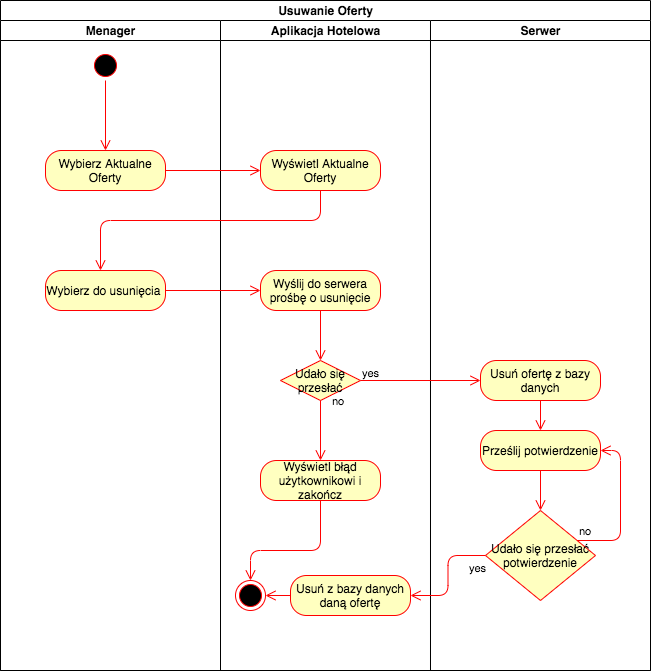
This is Aktywnosc/IO_Aktywności-Usuwanie oferty.png from pw-software-engineering/specification, a draw.io export, as it was before one commit. Source tidied: cells renumbered, new cells last; positions are measured from the earlier drawing's top-left corner, leaving out a move shared by most shapes. The source it was exported from:
```xml
<mxGraphModel>
  <root>
    <mxCell id="0" />
    <mxCell id="1" parent="0" />
    <mxCell id="2" value="Usuwanie Oferty" style="swimlane;html=1;startSize=20;" parent="1" vertex="1">
      <mxGeometry width="650" height="670" as="geometry" />
    </mxCell>
    <mxCell id="3" value="Menager" style="swimlane;html=1;startSize=20;" parent="2" vertex="1">
      <mxGeometry y="20" width="220" height="650" as="geometry" />
    </mxCell>
    <mxCell id="4" style="ellipse;html=1;shape=startState;fillColor=#000000;strokeColor=#ff0000;" parent="3" vertex="1">
      <mxGeometry x="90" y="30" width="30" height="30" as="geometry" />
    </mxCell>
    <mxCell id="5" style="edgeStyle=orthogonalEdgeStyle;html=1;verticalAlign=bottom;endArrow=open;endSize=8;strokeColor=#ff0000;" parent="3" edge="1" source="4" target="6">
      <mxGeometry relative="1" as="geometry" />
    </mxCell>
    <mxCell id="6" value="Wybierz Aktualne Oferty" style="rounded=1;whiteSpace=wrap;html=1;arcSize=40;fontColor=#000000;fillColor=#ffffc0;strokeColor=#ff0000;" parent="3" vertex="1">
      <mxGeometry x="45" y="130" width="120" height="40" as="geometry" />
    </mxCell>
    <mxCell id="7" value="Wybierz do usunięcia&amp;nbsp;" style="rounded=1;whiteSpace=wrap;html=1;arcSize=40;fontColor=#000000;fillColor=#ffffc0;strokeColor=#ff0000;" parent="3" vertex="1">
      <mxGeometry x="45" y="250" width="120" height="40" as="geometry" />
    </mxCell>
    <mxCell id="8" value="Aplikacja Hotelowa" style="swimlane;html=1;startSize=20;" parent="2" vertex="1">
      <mxGeometry x="220" y="20" width="210" height="650" as="geometry" />
    </mxCell>
    <mxCell id="9" value="Wyświetl Aktualne Oferty" style="rounded=1;whiteSpace=wrap;html=1;arcSize=40;fontColor=#000000;fillColor=#ffffc0;strokeColor=#ff0000;" parent="8" vertex="1">
      <mxGeometry x="40" y="130" width="120" height="40" as="geometry" />
    </mxCell>
    <mxCell id="10" value="Wyślij do serwera prośbę o usunięcie" style="rounded=1;whiteSpace=wrap;html=1;arcSize=40;fontColor=#000000;fillColor=#ffffc0;strokeColor=#ff0000;" parent="8" vertex="1">
      <mxGeometry x="40" y="250" width="120" height="40" as="geometry" />
    </mxCell>
    <mxCell id="11" value="Udało się przesłać" style="rhombus;whiteSpace=wrap;html=1;fillColor=#ffffc0;strokeColor=#ff0000;" parent="8" vertex="1">
      <mxGeometry x="60" y="340" width="80" height="40" as="geometry" />
    </mxCell>
    <mxCell id="12" value="no" style="edgeStyle=orthogonalEdgeStyle;html=1;align=left;verticalAlign=bottom;endArrow=open;endSize=8;strokeColor=#ff0000;entryX=0.5;entryY=0;entryDx=0;entryDy=0;" parent="8" edge="1" source="11" target="15">
      <mxGeometry x="-0.67" y="10" relative="1" as="geometry" />
    </mxCell>
    <mxCell id="13" style="edgeStyle=orthogonalEdgeStyle;html=1;verticalAlign=bottom;endArrow=open;endSize=8;strokeColor=#ff0000;" parent="8" edge="1" source="10" target="11">
      <mxGeometry relative="1" as="geometry" />
    </mxCell>
    <mxCell id="14" value="Usuń z bazy danych daną ofertę" style="rounded=1;whiteSpace=wrap;html=1;arcSize=40;fontColor=#000000;fillColor=#ffffc0;strokeColor=#ff0000;" parent="8" vertex="1">
      <mxGeometry x="70" y="555" width="120" height="40" as="geometry" />
    </mxCell>
    <mxCell id="15" value="Wyświetl błąd użytkownikowi i zakończ" style="rounded=1;whiteSpace=wrap;html=1;arcSize=40;fontColor=#000000;fillColor=#ffffc0;strokeColor=#ff0000;" parent="8" vertex="1">
      <mxGeometry x="40" y="440" width="120" height="40" as="geometry" />
    </mxCell>
    <mxCell id="16" style="edgeStyle=orthogonalEdgeStyle;html=1;verticalAlign=bottom;endArrow=open;endSize=8;strokeColor=#ff0000;" parent="8" edge="1" source="15" target="17">
      <mxGeometry relative="1" as="geometry">
        <Array as="points">
          <mxPoint x="100" y="530" />
          <mxPoint x="30" y="530" />
        </Array>
      </mxGeometry>
    </mxCell>
    <mxCell id="17" style="ellipse;html=1;shape=endState;fillColor=#000000;strokeColor=#ff0000;" parent="8" vertex="1">
      <mxGeometry x="15" y="560" width="30" height="30" as="geometry" />
    </mxCell>
    <mxCell id="18" style="edgeStyle=orthogonalEdgeStyle;html=1;verticalAlign=bottom;endArrow=open;endSize=8;strokeColor=#ff0000;" parent="8" edge="1" source="14" target="17">
      <mxGeometry relative="1" as="geometry" />
    </mxCell>
    <mxCell id="19" value="Serwer" style="swimlane;html=1;startSize=20;" parent="2" vertex="1">
      <mxGeometry x="430" y="20" width="220" height="650" as="geometry" />
    </mxCell>
    <mxCell id="20" value="Usuń ofertę z bazy danych" style="rounded=1;whiteSpace=wrap;html=1;arcSize=40;fontColor=#000000;fillColor=#ffffc0;strokeColor=#ff0000;" parent="19" vertex="1">
      <mxGeometry x="50" y="340" width="120" height="40" as="geometry" />
    </mxCell>
    <mxCell id="21" style="edgeStyle=orthogonalEdgeStyle;html=1;verticalAlign=bottom;endArrow=open;endSize=8;strokeColor=#ff0000;" parent="19" edge="1" source="20">
      <mxGeometry relative="1" as="geometry">
        <mxPoint x="110" y="410" as="targetPoint" />
      </mxGeometry>
    </mxCell>
    <mxCell id="22" value="Prześlij potwierdzenie" style="rounded=1;whiteSpace=wrap;html=1;arcSize=40;fontColor=#000000;fillColor=#ffffc0;strokeColor=#ff0000;" parent="19" vertex="1">
      <mxGeometry x="50" y="410" width="120" height="40" as="geometry" />
    </mxCell>
    <mxCell id="23" style="edgeStyle=orthogonalEdgeStyle;html=1;verticalAlign=bottom;endArrow=open;endSize=8;strokeColor=#ff0000;" parent="19" edge="1" source="22" target="24">
      <mxGeometry relative="1" as="geometry" />
    </mxCell>
    <mxCell id="24" value="Udało się przesłać potwierdzenie" style="rhombus;whiteSpace=wrap;html=1;fillColor=#ffffc0;strokeColor=#ff0000;" parent="19" vertex="1">
      <mxGeometry x="55" y="490" width="110" height="90" as="geometry" />
    </mxCell>
    <mxCell id="25" value="no" style="edgeStyle=orthogonalEdgeStyle;html=1;align=left;verticalAlign=bottom;endArrow=open;endSize=8;strokeColor=#ff0000;entryX=1;entryY=0.5;entryDx=0;entryDy=0;" parent="19" edge="1" source="24" target="22">
      <mxGeometry x="-1" relative="1" as="geometry">
        <Array as="points">
          <mxPoint x="190" y="520" />
          <mxPoint x="190" y="430" />
        </Array>
      </mxGeometry>
    </mxCell>
    <mxCell id="26" style="edgeStyle=orthogonalEdgeStyle;html=1;verticalAlign=bottom;endArrow=open;endSize=8;strokeColor=#ff0000;" parent="2" edge="1" source="6" target="9">
      <mxGeometry relative="1" as="geometry" />
    </mxCell>
    <mxCell id="27" style="edgeStyle=orthogonalEdgeStyle;html=1;verticalAlign=bottom;endArrow=open;endSize=8;strokeColor=#ff0000;" parent="2" edge="1" source="9" target="7">
      <mxGeometry relative="1" as="geometry">
        <Array as="points">
          <mxPoint x="320" y="220" />
          <mxPoint x="100" y="220" />
        </Array>
      </mxGeometry>
    </mxCell>
    <mxCell id="28" style="edgeStyle=orthogonalEdgeStyle;html=1;verticalAlign=bottom;endArrow=open;endSize=8;strokeColor=#ff0000;" parent="2" edge="1" source="7" target="10">
      <mxGeometry relative="1" as="geometry" />
    </mxCell>
    <mxCell id="29" value="yes" style="edgeStyle=orthogonalEdgeStyle;html=1;align=left;verticalAlign=top;endArrow=open;endSize=8;strokeColor=#ff0000;" parent="2" edge="1" source="11" target="20">
      <mxGeometry x="-1" y="20" relative="1" as="geometry" />
    </mxCell>
    <mxCell id="30" value="yes" style="edgeStyle=orthogonalEdgeStyle;html=1;align=left;verticalAlign=top;endArrow=open;endSize=8;strokeColor=#ff0000;" parent="2" edge="1" source="24" target="14">
      <mxGeometry x="-0.68" relative="1" as="geometry" />
    </mxCell>
  </root>
</mxGraphModel>
```
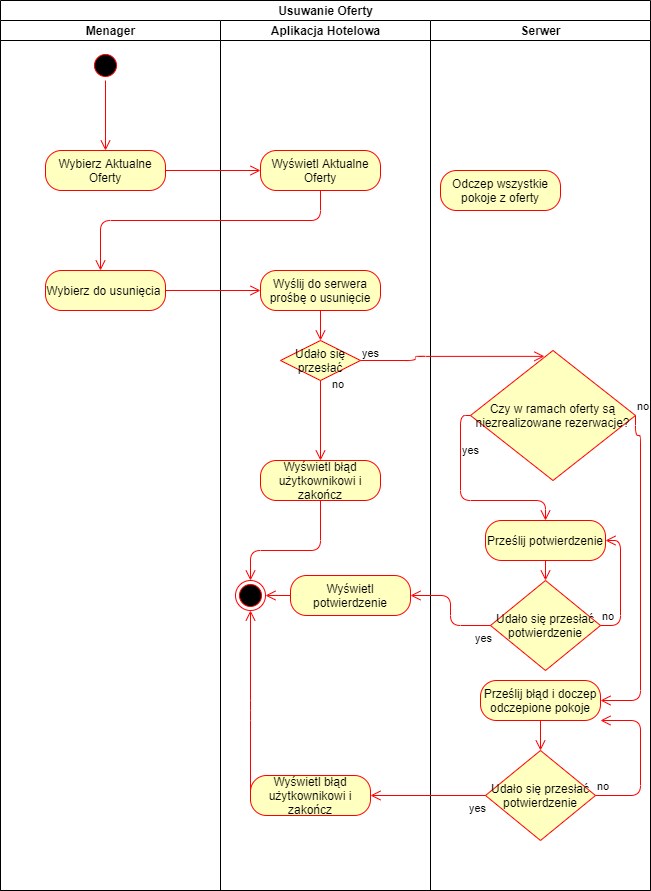
After the change.

Diff of the diagram source:
```diff
@@ -3,10 +3,10 @@
     <mxCell id="0" />
     <mxCell id="1" parent="0" />
     <mxCell id="2" value="Usuwanie Oferty" style="swimlane;html=1;startSize=20;" parent="1" vertex="1">
-      <mxGeometry width="650" height="670" as="geometry" />
+      <mxGeometry width="650" height="890" as="geometry" />
     </mxCell>
     <mxCell id="3" value="Menager" style="swimlane;html=1;startSize=20;" parent="2" vertex="1">
-      <mxGeometry y="20" width="220" height="650" as="geometry" />
+      <mxGeometry y="20" width="220" height="870" as="geometry" />
     </mxCell>
     <mxCell id="4" style="ellipse;html=1;shape=startState;fillColor=#000000;strokeColor=#ff0000;" parent="3" vertex="1">
       <mxGeometry x="90" y="30" width="30" height="30" as="geometry" />
@@ -21,7 +21,7 @@
       <mxGeometry x="45" y="250" width="120" height="40" as="geometry" />
     </mxCell>
     <mxCell id="8" value="Aplikacja Hotelowa" style="swimlane;html=1;startSize=20;" parent="2" vertex="1">
-      <mxGeometry x="220" y="20" width="210" height="650" as="geometry" />
+      <mxGeometry x="220" y="20" width="210" height="870" as="geometry" />
     </mxCell>
     <mxCell id="9" value="Wyświetl Aktualne Oferty" style="rounded=1;whiteSpace=wrap;html=1;arcSize=40;fontColor=#000000;fillColor=#ffffc0;strokeColor=#ff0000;" parent="8" vertex="1">
       <mxGeometry x="40" y="130" width="120" height="40" as="geometry" />
@@ -30,7 +30,7 @@
       <mxGeometry x="40" y="250" width="120" height="40" as="geometry" />
     </mxCell>
     <mxCell id="11" value="Udało się przesłać" style="rhombus;whiteSpace=wrap;html=1;fillColor=#ffffc0;strokeColor=#ff0000;" parent="8" vertex="1">
-      <mxGeometry x="60" y="340" width="80" height="40" as="geometry" />
+      <mxGeometry x="60" y="320" width="80" height="40" as="geometry" />
     </mxCell>
     <mxCell id="12" value="no" style="edgeStyle=orthogonalEdgeStyle;html=1;align=left;verticalAlign=bottom;endArrow=open;endSize=8;strokeColor=#ff0000;entryX=0.5;entryY=0;entryDx=0;entryDy=0;" parent="8" edge="1" source="11" target="15">
       <mxGeometry x="-0.67" y="10" relative="1" as="geometry" />
@@ -38,9 +38,9 @@
     <mxCell id="13" style="edgeStyle=orthogonalEdgeStyle;html=1;verticalAlign=bottom;endArrow=open;endSize=8;strokeColor=#ff0000;" parent="8" edge="1" source="10" target="11">
       <mxGeometry relative="1" as="geometry" />
     </mxCell>
-    <mxCell id="14" value="Usuń z bazy danych daną ofertę" style="rounded=1;whiteSpace=wrap;html=1;arcSize=40;fontColor=#000000;fillColor=#ffffc0;strokeColor=#ff0000;" parent="8" vertex="1">
-      <mxGeometry x="70" y="555" width="120" height="40" as="geometry" />
-    </mxCell>
+    <mxCell id="31" value="Wyświetl potwierdzenie" style="rounded=1;whiteSpace=wrap;html=1;arcSize=40;fontColor=#000000;fillColor=#ffffc0;strokeColor=#ff0000;" parent="8" vertex="1">
+      <mxGeometry x="70" y="555" width="120" height="40" as="geometry" />
+    </mxCell>
     <mxCell id="15" value="Wyświetl błąd użytkownikowi i zakończ" style="rounded=1;whiteSpace=wrap;html=1;arcSize=40;fontColor=#000000;fillColor=#ffffc0;strokeColor=#ff0000;" parent="8" vertex="1">
       <mxGeometry x="40" y="440" width="120" height="40" as="geometry" />
     </mxCell>
@@ -55,37 +55,78 @@
     <mxCell id="17" style="ellipse;html=1;shape=endState;fillColor=#000000;strokeColor=#ff0000;" parent="8" vertex="1">
       <mxGeometry x="15" y="560" width="30" height="30" as="geometry" />
     </mxCell>
-    <mxCell id="18" style="edgeStyle=orthogonalEdgeStyle;html=1;verticalAlign=bottom;endArrow=open;endSize=8;strokeColor=#ff0000;" parent="8" edge="1" source="14" target="17">
-      <mxGeometry relative="1" as="geometry" />
-    </mxCell>
+    <mxCell id="32" style="edgeStyle=orthogonalEdgeStyle;html=1;verticalAlign=bottom;endArrow=open;endSize=8;strokeColor=#ff0000;" parent="8" edge="1" source="31" target="17">
+      <mxGeometry relative="1" as="geometry" />
+    </mxCell>
+    <mxCell id="33" value="Wyświetl błąd użytkownikowi i zakończ" style="rounded=1;whiteSpace=wrap;html=1;arcSize=40;fontColor=#000000;fillColor=#ffffc0;strokeColor=#ff0000;" parent="8" vertex="1">
+      <mxGeometry x="30" y="755" width="120" height="40" as="geometry" />
+    </mxCell>
+    <mxCell id="34" style="edgeStyle=orthogonalEdgeStyle;html=1;verticalAlign=bottom;endArrow=open;endSize=8;strokeColor=#ff0000;exitX=0;exitY=0.5;exitDx=0;exitDy=0;entryX=0.5;entryY=1;entryDx=0;entryDy=0;" parent="8" edge="1" source="33" target="17">
+      <mxGeometry relative="1" as="geometry">
+        <Array as="points">
+          <mxPoint x="30" y="690" />
+        </Array>
+      </mxGeometry>
+    </mxCell>
     <mxCell id="19" value="Serwer" style="swimlane;html=1;startSize=20;" parent="2" vertex="1">
-      <mxGeometry x="430" y="20" width="220" height="650" as="geometry" />
+      <mxGeometry x="430" y="20" width="220" height="870" as="geometry" />
     </mxCell>
-    <mxCell id="20" value="Usuń ofertę z bazy danych" style="rounded=1;whiteSpace=wrap;html=1;arcSize=40;fontColor=#000000;fillColor=#ffffc0;strokeColor=#ff0000;" parent="19" vertex="1">
-      <mxGeometry x="50" y="340" width="120" height="40" as="geometry" />
-    </mxCell>
-    <mxCell id="21" style="edgeStyle=orthogonalEdgeStyle;html=1;verticalAlign=bottom;endArrow=open;endSize=8;strokeColor=#ff0000;" parent="19" edge="1" source="20">
-      <mxGeometry relative="1" as="geometry">
-        <mxPoint x="110" y="410" as="targetPoint" />
-      </mxGeometry>
-    </mxCell>
+    <mxCell id="35" value="Odczep wszystkie pokoje z oferty" style="rounded=1;whiteSpace=wrap;html=1;arcSize=40;fontColor=#000000;fillColor=#ffffc0;strokeColor=#ff0000;" parent="19" vertex="1">
+      <mxGeometry x="10" y="150" width="120" height="40" as="geometry" />
+    </mxCell>
     <mxCell id="22" value="Prześlij potwierdzenie" style="rounded=1;whiteSpace=wrap;html=1;arcSize=40;fontColor=#000000;fillColor=#ffffc0;strokeColor=#ff0000;" parent="19" vertex="1">
-      <mxGeometry x="50" y="410" width="120" height="40" as="geometry" />
+      <mxGeometry x="55" y="500" width="120" height="40" as="geometry" />
     </mxCell>
-    <mxCell id="23" style="edgeStyle=orthogonalEdgeStyle;html=1;verticalAlign=bottom;endArrow=open;endSize=8;strokeColor=#ff0000;" parent="19" edge="1" source="22" target="24">
-      <mxGeometry relative="1" as="geometry" />
-    </mxCell>
-    <mxCell id="24" value="Udało się przesłać potwierdzenie" style="rhombus;whiteSpace=wrap;html=1;fillColor=#ffffc0;strokeColor=#ff0000;" parent="19" vertex="1">
-      <mxGeometry x="55" y="490" width="110" height="90" as="geometry" />
-    </mxCell>
+    <mxCell id="36" style="edgeStyle=orthogonalEdgeStyle;html=1;verticalAlign=bottom;endArrow=open;endSize=8;strokeColor=#ff0000;" parent="19" edge="1" source="22" target="37">
+      <mxGeometry relative="1" as="geometry" />
+    </mxCell>
+    <mxCell id="37" value="Udało się przesłać potwierdzenie" style="rhombus;whiteSpace=wrap;html=1;fillColor=#ffffc0;strokeColor=#ff0000;" parent="19" vertex="1">
+      <mxGeometry x="60" y="560" width="110" height="90" as="geometry" />
+    </mxCell>
-    <mxCell id="25" value="no" style="edgeStyle=orthogonalEdgeStyle;html=1;align=left;verticalAlign=bottom;endArrow=open;endSize=8;strokeColor=#ff0000;entryX=1;entryY=0.5;entryDx=0;entryDy=0;" parent="19" edge="1" source="24" target="22">
+    <mxCell id="25" value="no" style="edgeStyle=orthogonalEdgeStyle;html=1;align=left;verticalAlign=bottom;endArrow=open;endSize=8;strokeColor=#ff0000;entryX=1;entryY=0.5;entryDx=0;entryDy=0;" parent="19" edge="1" source="37" target="22">
       <mxGeometry x="-1" relative="1" as="geometry">
         <Array as="points">
+          <mxPoint x="190" y="605" />
           <mxPoint x="190" y="520" />
-          <mxPoint x="190" y="430" />
         </Array>
       </mxGeometry>
     </mxCell>
+    <mxCell id="38" value="Czy w ramach oferty są niezrealizowane rezerwacje?" style="rhombus;whiteSpace=wrap;html=1;fillColor=#ffffc0;strokeColor=#ff0000;" parent="19" vertex="1">
+      <mxGeometry x="40" y="330" width="165" height="130" as="geometry" />
+    </mxCell>
+    <mxCell id="39" value="yes" style="edgeStyle=orthogonalEdgeStyle;html=1;align=left;verticalAlign=top;endArrow=open;endSize=8;strokeColor=#ff0000;entryX=0.5;entryY=0;entryDx=0;entryDy=0;exitX=0;exitY=0.5;exitDx=0;exitDy=0;" parent="19" edge="1" source="38" target="22">
+      <mxGeometry x="-0.68" relative="1" as="geometry" />
+    </mxCell>
+    <mxCell id="40" value="Prześlij błąd i doczep odczepione pokoje" style="rounded=1;whiteSpace=wrap;html=1;arcSize=40;fontColor=#000000;fillColor=#ffffc0;strokeColor=#ff0000;" parent="19" vertex="1">
+      <mxGeometry x="50" y="660" width="120" height="40" as="geometry" />
+    </mxCell>
+    <mxCell id="41" value="no" style="edgeStyle=orthogonalEdgeStyle;html=1;align=left;verticalAlign=bottom;endArrow=open;endSize=8;strokeColor=#ff0000;exitX=1;exitY=0.5;exitDx=0;exitDy=0;" parent="19" edge="1" source="38" target="40">
+      <mxGeometry x="-1" relative="1" as="geometry">
+        <Array as="points">
+          <mxPoint x="210" y="415" />
+          <mxPoint x="210" y="680" />
+        </Array>
+      </mxGeometry>
+    </mxCell>
+    <mxCell id="42" value="Udało się przesłać potwierdzenie" style="rhombus;whiteSpace=wrap;html=1;fillColor=#ffffc0;strokeColor=#ff0000;" parent="19" vertex="1">
+      <mxGeometry x="55" y="730" width="110" height="90" as="geometry" />
+    </mxCell>
+    <mxCell id="43" value="no" style="edgeStyle=orthogonalEdgeStyle;html=1;align=left;verticalAlign=bottom;endArrow=open;endSize=8;strokeColor=#ff0000;entryX=1;entryY=1;entryDx=0;entryDy=0;exitX=1;exitY=0.5;exitDx=0;exitDy=0;" parent="19" edge="1" source="42" target="40">
+      <mxGeometry x="-1" relative="1" as="geometry">
+        <Array as="points">
+          <mxPoint x="210" y="775" />
+          <mxPoint x="210" y="700" />
+        </Array>
+      </mxGeometry>
+    </mxCell>
+    <mxCell id="44" style="edgeStyle=orthogonalEdgeStyle;html=1;verticalAlign=bottom;endArrow=open;endSize=8;strokeColor=#ff0000;exitX=0.5;exitY=1;exitDx=0;exitDy=0;entryX=0.5;entryY=0;entryDx=0;entryDy=0;" parent="19" edge="1" source="40" target="42">
+      <mxGeometry relative="1" as="geometry">
+        <Array as="points">
+          <mxPoint x="110" y="730" />
+          <mxPoint x="110" y="730" />
+        </Array>
+      </mxGeometry>
+    </mxCell>
     <mxCell id="26" style="edgeStyle=orthogonalEdgeStyle;html=1;verticalAlign=bottom;endArrow=open;endSize=8;strokeColor=#ff0000;" parent="2" edge="1" source="6" target="9">
       <mxGeometry relative="1" as="geometry" />
     </mxCell>
@@ -100,11 +141,14 @@
     <mxCell id="28" style="edgeStyle=orthogonalEdgeStyle;html=1;verticalAlign=bottom;endArrow=open;endSize=8;strokeColor=#ff0000;" parent="2" edge="1" source="7" target="10">
       <mxGeometry relative="1" as="geometry" />
     </mxCell>
-    <mxCell id="29" value="yes" style="edgeStyle=orthogonalEdgeStyle;html=1;align=left;verticalAlign=top;endArrow=open;endSize=8;strokeColor=#ff0000;" parent="2" edge="1" source="11" target="20">
-      <mxGeometry x="-1" y="20" relative="1" as="geometry" />
-    </mxCell>
-    <mxCell id="30" value="yes" style="edgeStyle=orthogonalEdgeStyle;html=1;align=left;verticalAlign=top;endArrow=open;endSize=8;strokeColor=#ff0000;" parent="2" edge="1" source="24" target="14">
-      <mxGeometry x="-0.68" relative="1" as="geometry" />
-    </mxCell>
+    <mxCell id="45" value="yes" style="edgeStyle=orthogonalEdgeStyle;html=1;align=left;verticalAlign=top;endArrow=open;endSize=8;strokeColor=#ff0000;entryX=0.448;entryY=0.045;entryDx=0;entryDy=0;entryPerimeter=0;" parent="2" edge="1" source="11" target="38">
+      <mxGeometry x="-1" y="20" relative="1" as="geometry" />
+    </mxCell>
+    <mxCell id="46" value="yes" style="edgeStyle=orthogonalEdgeStyle;html=1;align=left;verticalAlign=top;endArrow=open;endSize=8;strokeColor=#ff0000;" parent="2" edge="1" source="37" target="31">
+      <mxGeometry x="-0.68" relative="1" as="geometry" />
+    </mxCell>
+    <mxCell id="47" value="yes" style="edgeStyle=orthogonalEdgeStyle;html=1;align=left;verticalAlign=top;endArrow=open;endSize=8;strokeColor=#ff0000;exitX=0;exitY=0.5;exitDx=0;exitDy=0;entryX=1;entryY=0.5;entryDx=0;entryDy=0;" parent="2" edge="1" source="42" target="33">
+      <mxGeometry x="-0.68" relative="1" as="geometry" />
+    </mxCell>
   </root>
 </mxGraphModel>
```
